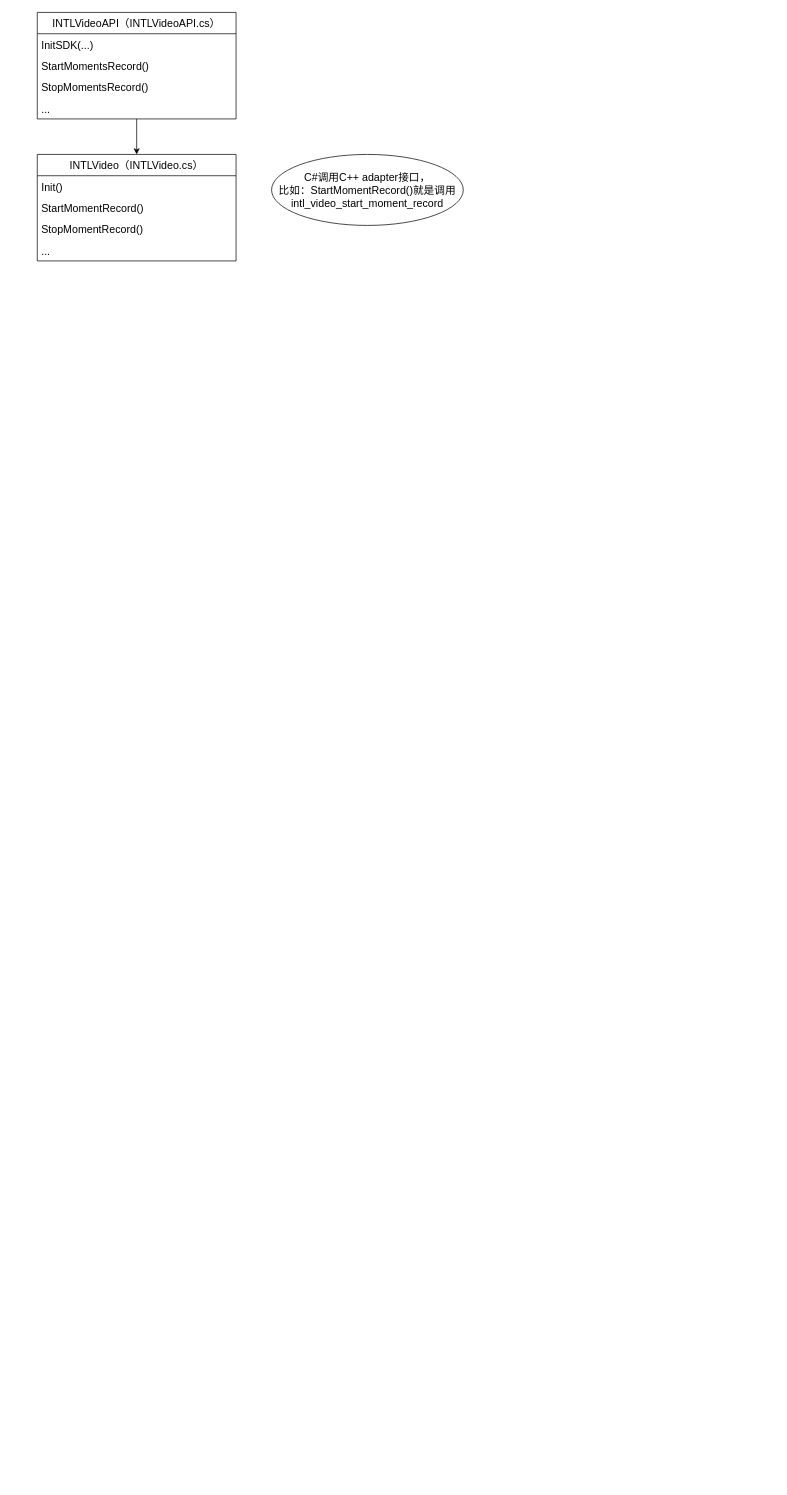
Earlier version of the draw.io diagram INTLVideo.drawio (star-j/Flowchart). Source tidied: cells renumbered, new cells numbered last; positions are measured from the earlier drawing's top-left corner, leaving out a move shared by most shapes. Both pictures are drawn from the tidied source at 71%, with x=0, y=0 at pixel (37, 12).
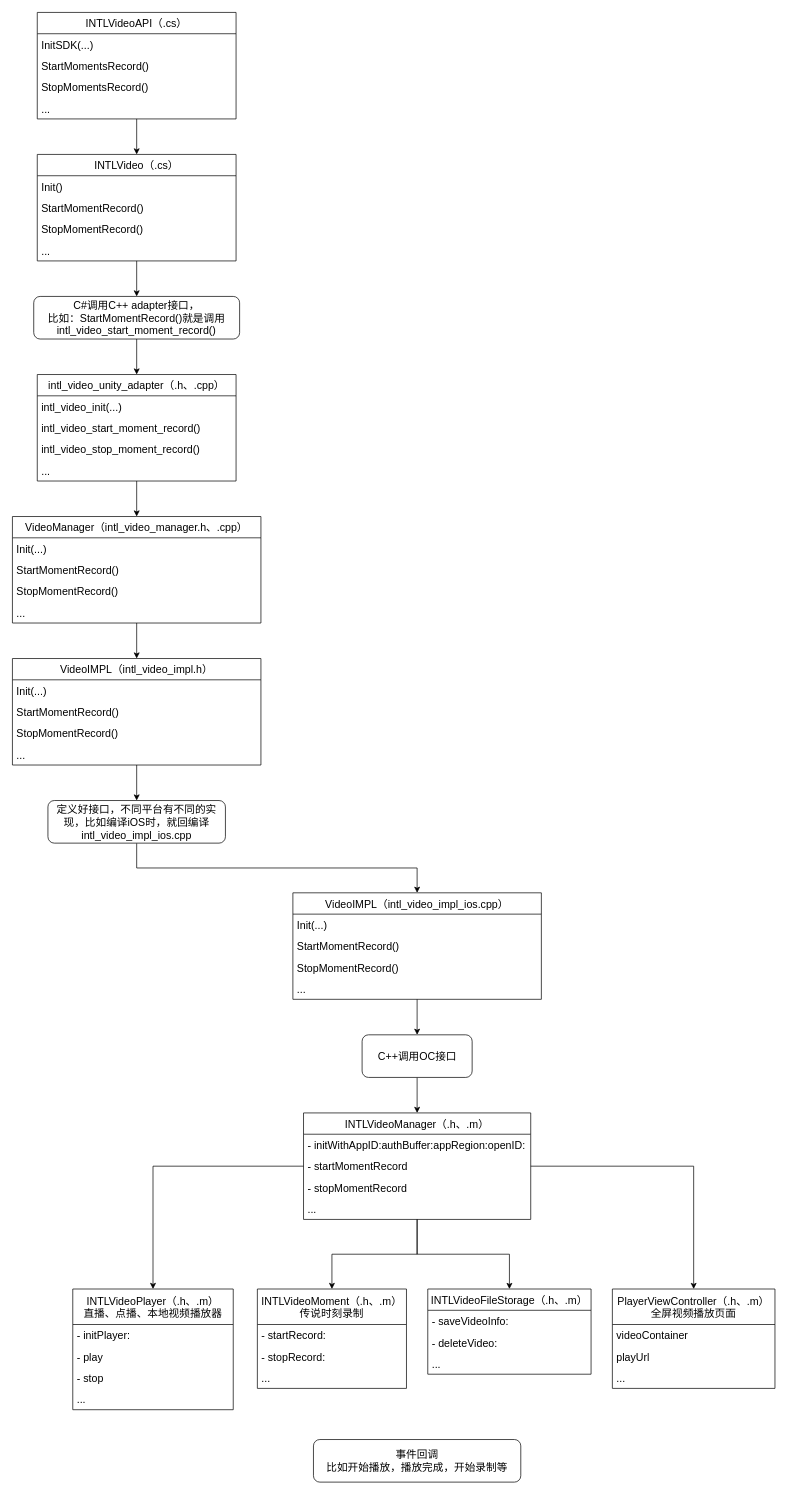
Above is the later version.

Diff of the diagram source:
```diff
@@
-    <mxCell id="3" value="INTLVideoAPI（INTLVideoAPI.cs）" style="swimlane;fontStyle=0;horizontal=1;startSize=30;fontSize=15;" parent="1" vertex="1">
+    <mxCell id="3" value="INTLVideoAPI（.cs）" style="swimlane;fontStyle=0;horizontal=1;startSize=30;fontSize=15;" parent="1" vertex="1">
       <mxGeometry width="280" height="150" as="geometry" />
     </mxCell>
@@
+    <mxCell id="14" style="edgeStyle=orthogonalEdgeStyle;rounded=0;jettySize=auto;html=1;fontSize=15;" parent="1" edge="1" source="8" target="22">
+      <mxGeometry relative="1" as="geometry" />
+    </mxCell>
-    <mxCell id="8" value="INTLVideo（INTLVideo.cs）" style="swimlane;fontStyle=0;horizontal=1;startSize=30;fontSize=15;" parent="1" vertex="1">
+    <mxCell id="8" value="INTLVideo（.cs）" style="swimlane;fontStyle=0;horizontal=1;startSize=30;fontSize=15;" parent="1" vertex="1">
       <mxGeometry y="200" width="280" height="150" as="geometry" />
     </mxCell>
@@
-    <mxCell id="13" value="&lt;span&gt;C#调用C++ adapter接口，&lt;/span&gt;&lt;br&gt;&lt;span&gt;比如：&lt;/span&gt;&lt;span style=&quot;text-align: left&quot;&gt;StartMomentRecord()就是调用&lt;/span&gt;&lt;span&gt;&lt;br&gt;intl_video_start_moment_record&lt;/span&gt;" style="ellipse;whiteSpace=wrap;html=1;fontSize=15;" parent="1" vertex="1">
-      <mxGeometry x="330" y="200" width="270" height="100" as="geometry" />
-    </mxCell>
+    <mxCell id="15" style="edgeStyle=orthogonalEdgeStyle;rounded=0;jettySize=auto;html=1;fontSize=15;entryX=0.5;entryY=0;entryDx=0;entryDy=0;" parent="1" edge="1" source="16" target="24">
+      <mxGeometry relative="1" as="geometry" />
+    </mxCell>
+    <mxCell id="16" value="intl_video_unity_adapter（.h、.cpp）" style="swimlane;fontStyle=0;horizontal=1;startSize=30;fontSize=15;" parent="1" vertex="1">
+      <mxGeometry y="510" width="280" height="150" as="geometry" />
+    </mxCell>
+    <mxCell id="17" value="intl_video_init(...)" style="text;strokeColor=none;fillColor=none;align=left;verticalAlign=middle;spacingLeft=4;spacingRight=4;overflow=hidden;fontSize=15;" parent="16" vertex="1">
+      <mxGeometry y="30" width="280" height="30" as="geometry" />
+    </mxCell>
+    <mxCell id="18" value="intl_video_start_moment_record()" style="text;strokeColor=none;fillColor=none;align=left;verticalAlign=middle;spacingLeft=4;spacingRight=4;overflow=hidden;fontSize=15;" parent="16" vertex="1">
+      <mxGeometry y="60" width="280" height="30" as="geometry" />
+    </mxCell>
+    <mxCell id="19" value="intl_video_stop_moment_record()" style="text;strokeColor=none;fillColor=none;align=left;verticalAlign=middle;spacingLeft=4;spacingRight=4;overflow=hidden;fontSize=15;" parent="16" vertex="1">
+      <mxGeometry y="90" width="280" height="30" as="geometry" />
+    </mxCell>
+    <mxCell id="20" value="..." style="text;strokeColor=none;fillColor=none;align=left;verticalAlign=middle;spacingLeft=4;spacingRight=4;overflow=hidden;fontSize=15;" parent="16" vertex="1">
+      <mxGeometry y="120" width="280" height="30" as="geometry" />
+    </mxCell>
+    <mxCell id="21" style="edgeStyle=orthogonalEdgeStyle;rounded=0;jettySize=auto;html=1;exitX=0.5;exitY=1;exitDx=0;exitDy=0;entryX=0.5;entryY=0;entryDx=0;entryDy=0;fontSize=15;" parent="1" edge="1" source="22" target="16">
+      <mxGeometry relative="1" as="geometry" />
+    </mxCell>
+    <mxCell id="22" value="&lt;span&gt;C#调用C++ adapter接口，&lt;/span&gt;&lt;br&gt;&lt;span&gt;比如：&lt;/span&gt;&lt;span style=&quot;text-align: left&quot;&gt;StartMomentRecord()就是调用&lt;/span&gt;&lt;span&gt;&lt;br&gt;intl_video_start_moment_record()&lt;/span&gt;" style="rounded=1;whiteSpace=wrap;html=1;fontSize=15;" parent="1" vertex="1">
+      <mxGeometry x="-5" y="400" width="290" height="60" as="geometry" />
+    </mxCell>
+    <mxCell id="23" style="edgeStyle=orthogonalEdgeStyle;rounded=0;jettySize=auto;html=1;fontSize=15;entryX=0.5;entryY=0;entryDx=0;entryDy=0;" parent="1" edge="1" source="24" target="30">
+      <mxGeometry relative="1" as="geometry" />
+    </mxCell>
+    <mxCell id="24" value="VideoManager（intl_video_manager.h、.cpp）" style="swimlane;fontStyle=0;horizontal=1;startSize=30;fontSize=15;" parent="1" vertex="1">
+      <mxGeometry x="-35" y="710" width="350" height="150" as="geometry" />
+    </mxCell>
+    <mxCell id="25" value="Init(...)" style="text;strokeColor=none;fillColor=none;align=left;verticalAlign=middle;spacingLeft=4;spacingRight=4;overflow=hidden;fontSize=15;" parent="24" vertex="1">
+      <mxGeometry y="30" width="350" height="30" as="geometry" />
+    </mxCell>
+    <mxCell id="26" value="StartMomentRecord()" style="text;strokeColor=none;fillColor=none;align=left;verticalAlign=middle;spacingLeft=4;spacingRight=4;overflow=hidden;fontSize=15;" parent="24" vertex="1">
+      <mxGeometry y="60" width="350" height="30" as="geometry" />
+    </mxCell>
+    <mxCell id="27" value="StopMomentRecord()" style="text;strokeColor=none;fillColor=none;align=left;verticalAlign=middle;spacingLeft=4;spacingRight=4;overflow=hidden;fontSize=15;" parent="24" vertex="1">
+      <mxGeometry y="90" width="350" height="30" as="geometry" />
+    </mxCell>
+    <mxCell id="28" value="..." style="text;strokeColor=none;fillColor=none;align=left;verticalAlign=middle;spacingLeft=4;spacingRight=4;overflow=hidden;fontSize=15;" parent="24" vertex="1">
+      <mxGeometry y="120" width="350" height="30" as="geometry" />
+    </mxCell>
+    <mxCell id="29" style="edgeStyle=orthogonalEdgeStyle;rounded=0;jettySize=auto;html=1;fontSize=15;" parent="1" edge="1" source="30" target="36">
+      <mxGeometry relative="1" as="geometry" />
+    </mxCell>
+    <mxCell id="30" value="VideoIMPL（intl_video_impl.h）" style="swimlane;fontStyle=0;horizontal=1;startSize=30;fontSize=15;" parent="1" vertex="1">
+      <mxGeometry x="-35" y="910" width="350" height="150" as="geometry" />
+    </mxCell>
+    <mxCell id="31" value="Init(...)" style="text;strokeColor=none;fillColor=none;align=left;verticalAlign=middle;spacingLeft=4;spacingRight=4;overflow=hidden;fontSize=15;" parent="30" vertex="1">
+      <mxGeometry y="30" width="350" height="30" as="geometry" />
+    </mxCell>
+    <mxCell id="32" value="StartMomentRecord()" style="text;strokeColor=none;fillColor=none;align=left;verticalAlign=middle;spacingLeft=4;spacingRight=4;overflow=hidden;fontSize=15;" parent="30" vertex="1">
+      <mxGeometry y="60" width="350" height="30" as="geometry" />
+    </mxCell>
+    <mxCell id="33" value="StopMomentRecord()" style="text;strokeColor=none;fillColor=none;align=left;verticalAlign=middle;spacingLeft=4;spacingRight=4;overflow=hidden;fontSize=15;" parent="30" vertex="1">
+      <mxGeometry y="90" width="350" height="30" as="geometry" />
+    </mxCell>
+    <mxCell id="34" value="..." style="text;strokeColor=none;fillColor=none;align=left;verticalAlign=middle;spacingLeft=4;spacingRight=4;overflow=hidden;fontSize=15;" parent="30" vertex="1">
+      <mxGeometry y="120" width="350" height="30" as="geometry" />
+    </mxCell>
+    <mxCell id="35" style="edgeStyle=orthogonalEdgeStyle;rounded=0;jettySize=auto;html=1;exitX=0.5;exitY=1;exitDx=0;exitDy=0;entryX=0.5;entryY=0;entryDx=0;entryDy=0;fontSize=15;" parent="1" edge="1" source="36" target="38">
+      <mxGeometry relative="1" as="geometry" />
+    </mxCell>
+    <mxCell id="36" value="&lt;span&gt;定义好接口，不同平台有不同的实现，比如编译iOS时，就回编译intl_video_impl_ios.cpp&lt;/span&gt;" style="rounded=1;whiteSpace=wrap;html=1;fontSize=15;fontStyle=0;startSize=30;" parent="1" vertex="1">
+      <mxGeometry x="15" y="1110" width="250" height="60" as="geometry" />
+    </mxCell>
+    <mxCell id="37" style="edgeStyle=orthogonalEdgeStyle;rounded=0;jettySize=auto;html=1;fontSize=15;" parent="1" edge="1" source="38" target="44">
+      <mxGeometry relative="1" as="geometry" />
+    </mxCell>
+    <mxCell id="38" value="VideoIMPL（intl_video_impl_ios.cpp）" style="swimlane;fontStyle=0;horizontal=1;startSize=30;fontSize=15;" parent="1" vertex="1">
+      <mxGeometry x="360" y="1240" width="350" height="150" as="geometry" />
+    </mxCell>
+    <mxCell id="39" value="Init(...)" style="text;strokeColor=none;fillColor=none;align=left;verticalAlign=middle;spacingLeft=4;spacingRight=4;overflow=hidden;fontSize=15;" parent="38" vertex="1">
+      <mxGeometry y="30" width="350" height="30" as="geometry" />
+    </mxCell>
+    <mxCell id="40" value="StartMomentRecord()" style="text;strokeColor=none;fillColor=none;align=left;verticalAlign=middle;spacingLeft=4;spacingRight=4;overflow=hidden;fontSize=15;" parent="38" vertex="1">
+      <mxGeometry y="60" width="350" height="30" as="geometry" />
+    </mxCell>
+    <mxCell id="41" value="StopMomentRecord()" style="text;strokeColor=none;fillColor=none;align=left;verticalAlign=middle;spacingLeft=4;spacingRight=4;overflow=hidden;fontSize=15;" parent="38" vertex="1">
+      <mxGeometry y="90" width="350" height="30" as="geometry" />
+    </mxCell>
+    <mxCell id="42" value="..." style="text;strokeColor=none;fillColor=none;align=left;verticalAlign=middle;spacingLeft=4;spacingRight=4;overflow=hidden;fontSize=15;" parent="38" vertex="1">
+      <mxGeometry y="120" width="350" height="30" as="geometry" />
+    </mxCell>
+    <mxCell id="43" style="edgeStyle=orthogonalEdgeStyle;rounded=0;jettySize=auto;html=1;fontSize=15;entryX=0.5;entryY=0;entryDx=0;entryDy=0;" parent="1" edge="1" source="44" target="49">
+      <mxGeometry relative="1" as="geometry" />
+    </mxCell>
+    <mxCell id="44" value="C++调用OC接口" style="rounded=1;whiteSpace=wrap;html=1;fontSize=15;fontStyle=0;startSize=30;" parent="1" vertex="1">
+      <mxGeometry x="457.5" y="1440" width="155" height="60" as="geometry" />
+    </mxCell>
+    <mxCell id="45" style="edgeStyle=orthogonalEdgeStyle;rounded=0;jettySize=auto;html=1;fontSize=15;" parent="1" edge="1" source="49" target="54">
+      <mxGeometry relative="1" as="geometry" />
+    </mxCell>
+    <mxCell id="46" style="edgeStyle=orthogonalEdgeStyle;rounded=0;jettySize=auto;html=1;fontSize=15;entryX=0.5;entryY=0;entryDx=0;entryDy=0;" parent="1" edge="1" source="49" target="59">
+      <mxGeometry relative="1" as="geometry" />
+    </mxCell>
+    <mxCell id="47" style="edgeStyle=orthogonalEdgeStyle;rounded=0;jettySize=auto;html=1;fontSize=15;" parent="1" edge="1" source="49" target="63">
+      <mxGeometry relative="1" as="geometry" />
+    </mxCell>
+    <mxCell id="48" style="edgeStyle=orthogonalEdgeStyle;rounded=0;jettySize=auto;html=1;fontSize=15;" parent="1" edge="1" source="49" target="67">
+      <mxGeometry relative="1" as="geometry" />
+    </mxCell>
+    <mxCell id="49" value="INTLVideoManager（.h、.m）" style="swimlane;fontStyle=0;horizontal=1;startSize=30;fontSize=15;" parent="1" vertex="1">
+      <mxGeometry x="375" y="1550" width="320" height="150" as="geometry" />
+    </mxCell>
+    <mxCell id="50" value="- initWithAppID:authBuffer:appRegion:openID:" style="text;strokeColor=none;fillColor=none;align=left;verticalAlign=middle;spacingLeft=4;spacingRight=4;overflow=hidden;fontSize=15;" parent="49" vertex="1">
+      <mxGeometry y="30" width="320" height="30" as="geometry" />
+    </mxCell>
+    <mxCell id="51" value="- startMomentRecord" style="text;strokeColor=none;fillColor=none;align=left;verticalAlign=middle;spacingLeft=4;spacingRight=4;overflow=hidden;fontSize=15;" parent="49" vertex="1">
+      <mxGeometry y="60" width="320" height="30" as="geometry" />
+    </mxCell>
+    <mxCell id="52" value="- stopMomentRecord" style="text;strokeColor=none;fillColor=none;align=left;verticalAlign=middle;spacingLeft=4;spacingRight=4;overflow=hidden;fontSize=15;" parent="49" vertex="1">
+      <mxGeometry y="90" width="320" height="30" as="geometry" />
+    </mxCell>
+    <mxCell id="53" value="..." style="text;strokeColor=none;fillColor=none;align=left;verticalAlign=middle;spacingLeft=4;spacingRight=4;overflow=hidden;fontSize=15;" parent="49" vertex="1">
+      <mxGeometry y="120" width="320" height="30" as="geometry" />
+    </mxCell>
+    <mxCell id="54" value="INTLVideoPlayer（.h、.m）&#10;直播、点播、本地视频播放器" style="swimlane;fontStyle=0;horizontal=1;startSize=50;fontSize=15;" parent="1" vertex="1">
+      <mxGeometry x="50" y="1798" width="226" height="170" as="geometry" />
+    </mxCell>
+    <mxCell id="55" value="- initPlayer:" style="text;strokeColor=none;fillColor=none;align=left;verticalAlign=middle;spacingLeft=4;spacingRight=4;overflow=hidden;fontSize=15;" parent="54" vertex="1">
+      <mxGeometry y="50" width="226" height="30" as="geometry" />
+    </mxCell>
+    <mxCell id="56" value="- play" style="text;strokeColor=none;fillColor=none;align=left;verticalAlign=middle;spacingLeft=4;spacingRight=4;overflow=hidden;fontSize=15;" parent="54" vertex="1">
+      <mxGeometry y="80" width="226" height="30" as="geometry" />
+    </mxCell>
+    <mxCell id="57" value="- stop" style="text;strokeColor=none;fillColor=none;align=left;verticalAlign=middle;spacingLeft=4;spacingRight=4;overflow=hidden;fontSize=15;" parent="54" vertex="1">
+      <mxGeometry y="110" width="226" height="30" as="geometry" />
+    </mxCell>
+    <mxCell id="58" value="..." style="text;strokeColor=none;fillColor=none;align=left;verticalAlign=middle;spacingLeft=4;spacingRight=4;overflow=hidden;fontSize=15;" parent="54" vertex="1">
+      <mxGeometry y="140" width="226" height="30" as="geometry" />
+    </mxCell>
+    <mxCell id="59" value="INTLVideoMoment（.h、.m）&#10;传说时刻录制" style="swimlane;fontStyle=0;horizontal=1;startSize=50;fontSize=15;" parent="1" vertex="1">
+      <mxGeometry x="310" y="1798" width="210" height="140" as="geometry" />
+    </mxCell>
+    <mxCell id="60" value="- startRecord:" style="text;strokeColor=none;fillColor=none;align=left;verticalAlign=middle;spacingLeft=4;spacingRight=4;overflow=hidden;fontSize=15;" parent="59" vertex="1">
+      <mxGeometry y="50" width="210" height="30" as="geometry" />
+    </mxCell>
+    <mxCell id="61" value="- stopRecord:" style="text;strokeColor=none;fillColor=none;align=left;verticalAlign=middle;spacingLeft=4;spacingRight=4;overflow=hidden;fontSize=15;" parent="59" vertex="1">
+      <mxGeometry y="80" width="210" height="30" as="geometry" />
+    </mxCell>
+    <mxCell id="62" value="..." style="text;strokeColor=none;fillColor=none;align=left;verticalAlign=middle;spacingLeft=4;spacingRight=4;overflow=hidden;fontSize=15;" parent="59" vertex="1">
+      <mxGeometry y="110" width="210" height="30" as="geometry" />
+    </mxCell>
+    <mxCell id="63" value="PlayerViewController（.h、.m）&#10;全屏视频播放页面" style="swimlane;fontStyle=0;horizontal=1;startSize=50;fontSize=15;" parent="1" vertex="1">
+      <mxGeometry x="810" y="1798" width="229" height="140" as="geometry" />
+    </mxCell>
+    <mxCell id="64" value="videoContainer" style="text;strokeColor=none;fillColor=none;align=left;verticalAlign=middle;spacingLeft=4;spacingRight=4;overflow=hidden;fontSize=15;" parent="63" vertex="1">
+      <mxGeometry y="50" width="229" height="30" as="geometry" />
+    </mxCell>
+    <mxCell id="65" value="playUrl" style="text;strokeColor=none;fillColor=none;align=left;verticalAlign=middle;spacingLeft=4;spacingRight=4;overflow=hidden;fontSize=15;" parent="63" vertex="1">
+      <mxGeometry y="80" width="229" height="30" as="geometry" />
+    </mxCell>
+    <mxCell id="66" value="..." style="text;strokeColor=none;fillColor=none;align=left;verticalAlign=middle;spacingLeft=4;spacingRight=4;overflow=hidden;fontSize=15;" parent="63" vertex="1">
+      <mxGeometry y="110" width="229" height="30" as="geometry" />
+    </mxCell>
+    <mxCell id="67" value="INTLVideoFileStorage（.h、.m）" style="swimlane;fontStyle=0;horizontal=1;startSize=30;fontSize=15;" parent="1" vertex="1">
+      <mxGeometry x="550" y="1798" width="230" height="120" as="geometry" />
+    </mxCell>
+    <mxCell id="68" value="- saveVideoInfo:" style="text;strokeColor=none;fillColor=none;align=left;verticalAlign=middle;spacingLeft=4;spacingRight=4;overflow=hidden;fontSize=15;" parent="67" vertex="1">
+      <mxGeometry y="30" width="230" height="30" as="geometry" />
+    </mxCell>
+    <mxCell id="69" value="- deleteVideo:" style="text;strokeColor=none;fillColor=none;align=left;verticalAlign=middle;spacingLeft=4;spacingRight=4;overflow=hidden;fontSize=15;" parent="67" vertex="1">
+      <mxGeometry y="60" width="230" height="30" as="geometry" />
+    </mxCell>
+    <mxCell id="70" value="..." style="text;strokeColor=none;fillColor=none;align=left;verticalAlign=middle;spacingLeft=4;spacingRight=4;overflow=hidden;fontSize=15;" parent="67" vertex="1">
+      <mxGeometry y="90" width="230" height="30" as="geometry" />
+    </mxCell>
+    <mxCell id="71" value="事件回调&lt;br&gt;比如开始播放，播放完成，开始录制等" style="rounded=1;whiteSpace=wrap;html=1;fontSize=15;" parent="1" vertex="1">
+      <mxGeometry x="389" y="2010" width="292" height="60" as="geometry" />
+    </mxCell>
```
